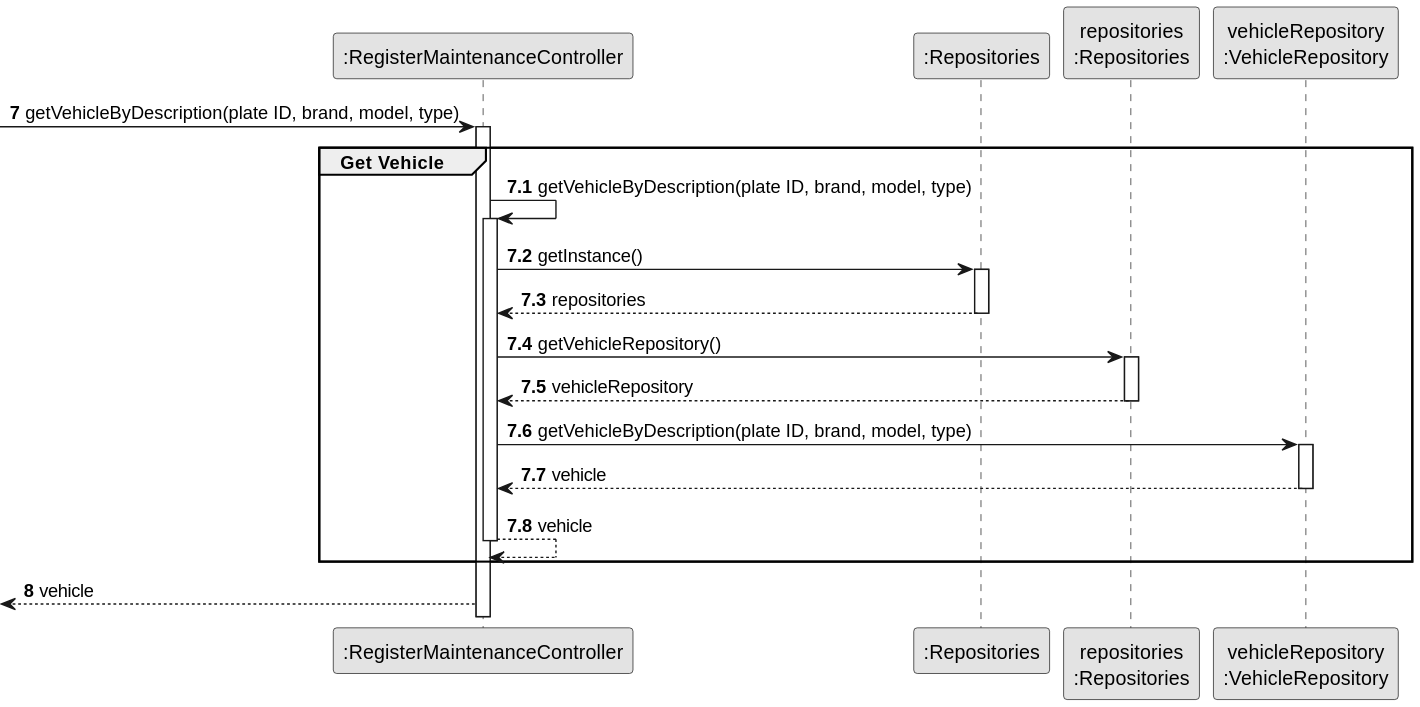
Earlier version of the PlantUML export docs/sprint2/us007/03.design/svg/us007-sequence-diagram-partial-get-vehicle.svg (tiagosoa/lei-24-s2-1dgh-g073).
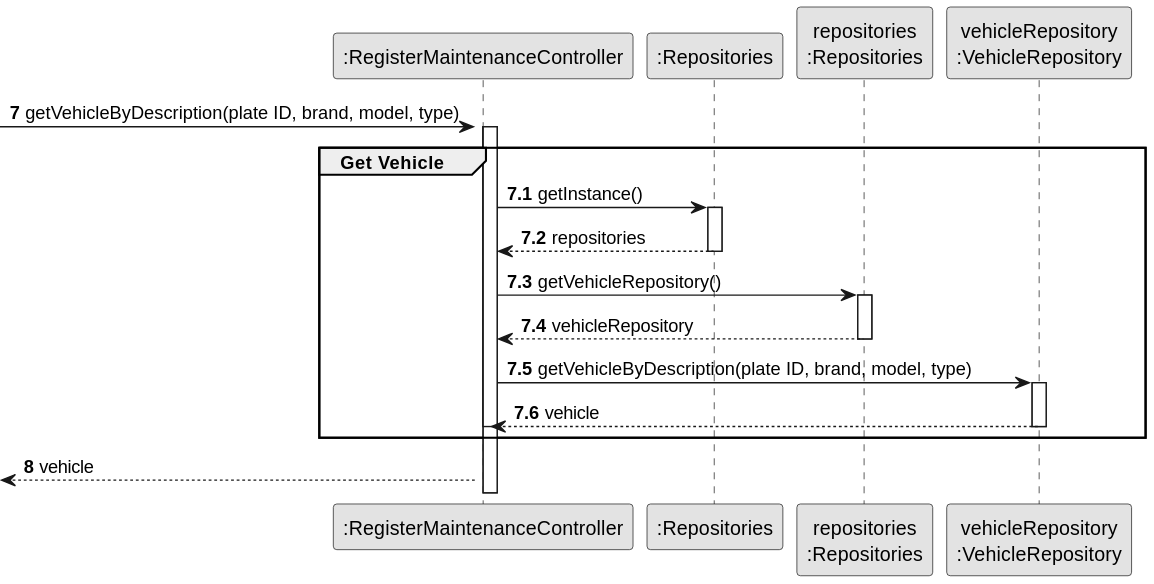
After the change.

The edit, as a diff of the source:
```diff
@@ -21,7 +21,6 @@
 
 
 
-        RMC -> RMC : getVehicleByDescription(plate ID, brand, model, type)
         activate RMC
 
            RMC -> RepositorySingleton : getInstance()
@@ -42,7 +41,6 @@
                VR --> RMC : vehicle
            deactivate VR
 
-           RMC --> RMC : vehicle
         deactivate RMC
     end
     autonumber 8
```
